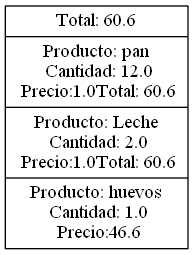
Earlier version of the Graphviz export Proyecto_Clase/Factura.png (Eduardo01004/Proyecto_Clase_EDD). Its source is kept beside it as Proyecto_Clase/Factura.dot. The source it was exported from:
```dot
digraph G{ rankdir=LR;
node [shape= record, width=.1,height=.1];

nodeTable [label = "
Total: 60.6|Producto: pan&#92;n Cantidad: 12.0&#92;n Precio:1.0
Total: 60.6|Producto: Leche&#92;n Cantidad: 2.0&#92;n Precio:1.0
Total: 60.6|Producto: huevos&#92;n Cantidad: 1.0&#92;n Precio:46.6
"];
}
```
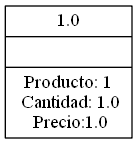
The same diagram one commit later.

Change to the diagram source:
```diff
@@ -2,8 +2,6 @@
 node [shape= record, width=.1,height=.1];
 
 nodeTable [label = "
-Total: 60.6|Producto: pan&#92;n Cantidad: 12.0&#92;n Precio:1.0
-Total: 60.6|Producto: Leche&#92;n Cantidad: 2.0&#92;n Precio:1.0
-Total: 60.6|Producto: huevos&#92;n Cantidad: 1.0&#92;n Precio:46.6
+1.0||Producto: 1&#92;n Cantidad: 1.0&#92;n Precio:1.0
 "];
 }
```
